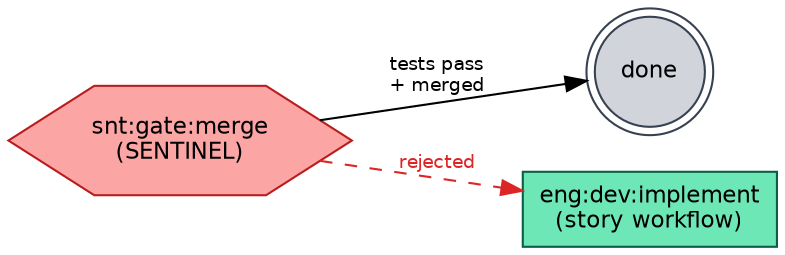
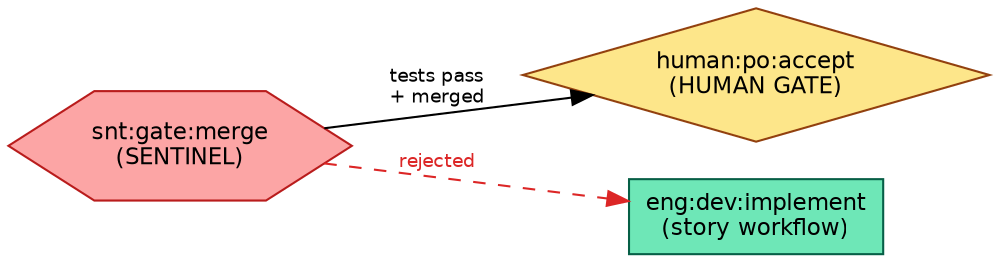
// Sentinel workflow state machine
- // Statuses: snt:gate:merge, done
+ // Statuses: snt:gate:merge, human:po:accept

digraph sentinel {
    rankdir=LR;
    graph [fontname="Helvetica", bgcolor="transparent"];
    node [fontname="Helvetica", style="filled", fontsize=11];
    edge [fontname="Helvetica", fontsize=9];

    // Sentinel (red — merge gate)
    node [fillcolor="#FCA5A5", color="#B91C1C", shape=hexagon];
    "snt:gate:merge" [label="snt:gate:merge\n(SENTINEL)"];

-     // Terminal (done)
-     node [fillcolor="#D1D5DB", color="#374151", shape=doublecircle];
-     "done";
+     // Human gate (acceptance)
+     node [fillcolor="#FDE68A", color="#92400E", shape=diamond];
+     "human:po:accept" [label="human:po:accept\n(HUMAN GATE)"];

    // Engineer (rejection target — lives in story workflow)
    node [fillcolor="#6EE7B7", color="#065F46", shape=box];
    "eng:dev:implement" [label="eng:dev:implement\n(story workflow)"];

    // --- Transitions ---
-     "snt:gate:merge" -> "done" [label="tests pass\n+ merged"];
+     "snt:gate:merge" -> "human:po:accept" [label="tests pass\n+ merged"];
    "snt:gate:merge" -> "eng:dev:implement" [label="rejected", style=dashed, color="#DC2626", fontcolor="#DC2626"];
}
